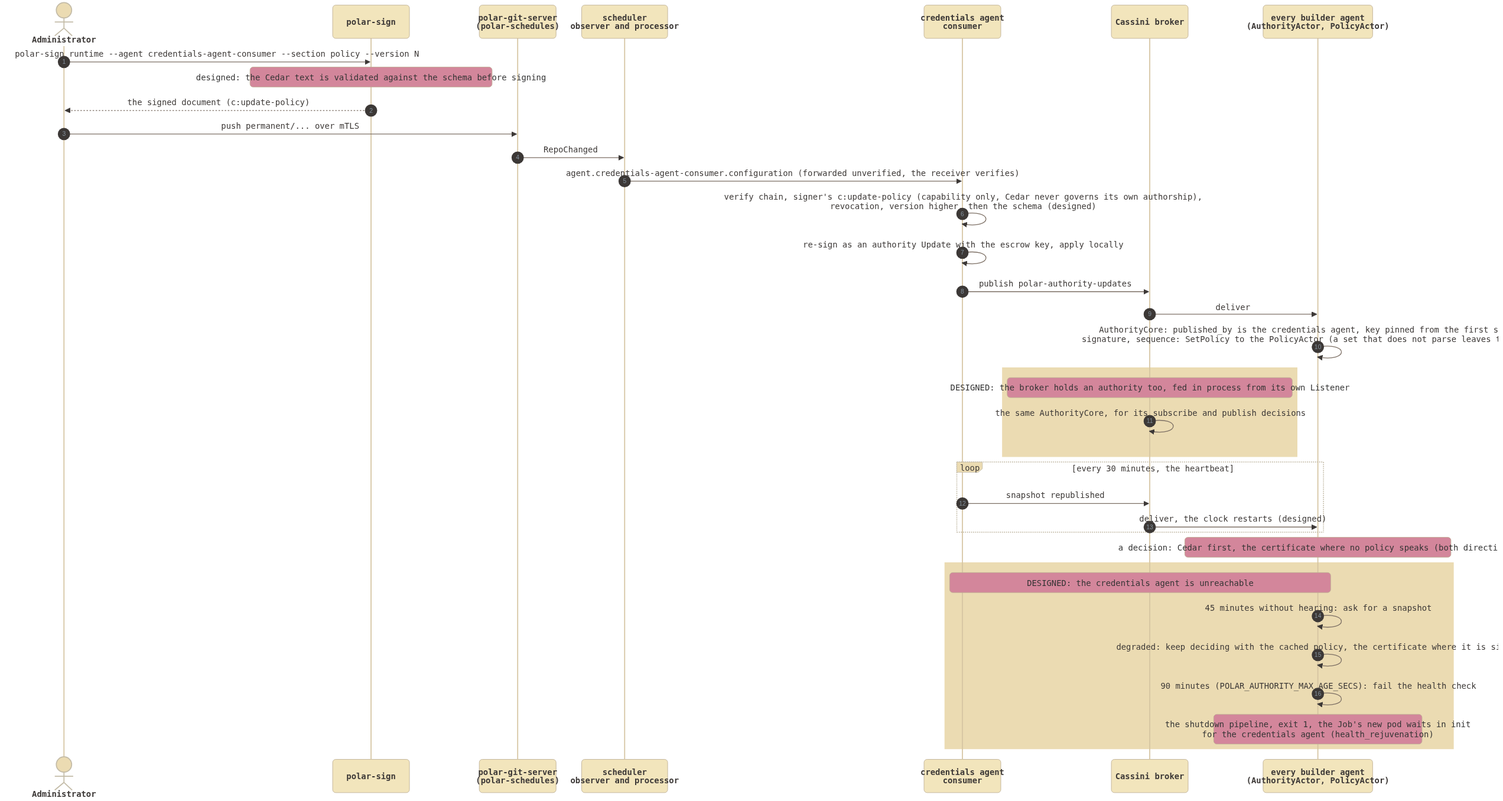
Before: docs/architecture/sequences/general/policy_update_enforcement.png, a diagram exported from Mermaid (cmu-sei/Polar). Its source is kept beside it as docs/architecture/sequences/general/policy_update_enforcement.mmd.
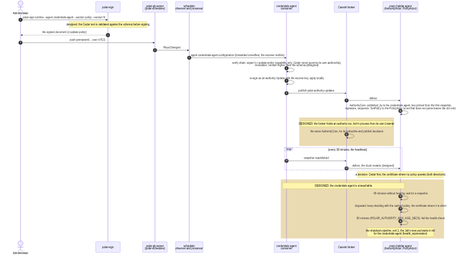
The same file after the commit.

Commit message:
fix(credentials-agent): its service name is its workload name, credentials-agent

What changed in the source:
```diff
@@ -9,12 +9,12 @@
     participant Bk as Cassini broker
     participant Ag as every builder agent<br/>(AuthorityActor, PolicyActor)
 
-    Admin->>Sign: polar-sign runtime --agent credentials-agent-consumer --section policy --version N
+    Admin->>Sign: polar-sign runtime --agent credentials-agent --section policy --version N
     Note over Sign: designed: the Cedar text is validated against the schema before signing
     Sign-->>Admin: the signed document (c:update-policy)
     Admin->>GS: push permanent/... over mTLS
     GS->>Sch: RepoChanged
-    Sch->>CA: agent.credentials-agent-consumer.configuration (forwarded unverified, the receiver verifies)
+    Sch->>CA: agent.credentials-agent.configuration (forwarded unverified, the receiver verifies)
     CA->>CA: verify chain, signer's c:update-policy (capability only, Cedar never governs its own authorship),<br/>revocation, version higher, then the schema (designed)
     CA->>CA: re-sign as an authority Update with the escrow key, apply locally
     CA->>Bk: publish polar-authority-updates
```
